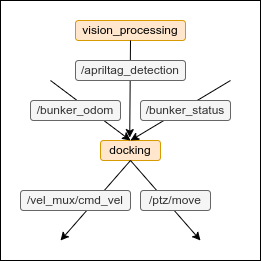
Earlier version of the draw.io export doc/ros_diagram.png (GeorgeWang26/autonomous-docking). Source tidied: cells renumbered, new cells last; positions are measured from the earlier drawing's top-left corner, leaving out a move shared by most shapes. Source of this version:
```xml
<mxGraphModel>
  <root>
    <mxCell id="0" />
    <mxCell id="1" parent="0" />
    <mxCell id="2" style="rounded=0;whiteSpace=wrap;html=1;fillColor=#FFFFFF;" parent="1" vertex="1">
      <mxGeometry width="260" height="260" as="geometry" />
    </mxCell>
    <mxCell id="3" value="vision_processing" style="rounded=1;whiteSpace=wrap;html=1;fillColor=#ffe6cc;strokeColor=#d79b00;" parent="1" vertex="1">
      <mxGeometry x="75" y="20" width="110" height="20" as="geometry" />
    </mxCell>
    <mxCell id="4" value="docking" style="rounded=1;whiteSpace=wrap;html=1;fillColor=#ffe6cc;strokeColor=#d79b00;" parent="1" vertex="1">
      <mxGeometry x="100" y="140" width="60" height="20" as="geometry" />
    </mxCell>
    <mxCell id="5" style="endArrow=classic;html=1;rounded=0;strokeColor=#000000;exitX=0.5;exitY=1;exitDx=0;exitDy=0;entryX=0.487;entryY=-0.145;entryDx=0;entryDy=0;entryPerimeter=0;" parent="1" edge="1" source="3" target="4">
      <mxGeometry relative="1" as="geometry" />
    </mxCell>
    <mxCell id="6" value="/apriltag_detection" style="rounded=1;whiteSpace=wrap;html=1;fillColor=#f5f5f5;strokeColor=#666666;fontColor=#333333;" parent="1" vertex="1">
      <mxGeometry x="75" y="60" width="110" height="20" as="geometry" />
    </mxCell>
    <mxCell id="7" style="endArrow=classic;html=1;rounded=0;strokeColor=#000000;exitX=0.5;exitY=1;exitDx=0;exitDy=0;" parent="1" edge="1" source="4">
      <mxGeometry relative="1" as="geometry">
        <mxPoint x="60" y="240" as="targetPoint" />
      </mxGeometry>
    </mxCell>
    <mxCell id="8" value="/vel_mux/cmd_vel" style="rounded=1;whiteSpace=wrap;html=1;fillColor=#f5f5f5;strokeColor=#666666;fontColor=#333333;" parent="1" vertex="1">
      <mxGeometry x="20" y="190" width="110" height="20" as="geometry" />
    </mxCell>
    <mxCell id="9" style="endArrow=classic;html=1;rounded=0;strokeColor=#000000;" parent="1" edge="1">
      <mxGeometry relative="1" as="geometry">
        <mxPoint x="130" y="160" as="sourcePoint" />
        <mxPoint x="200" y="240" as="targetPoint" />
      </mxGeometry>
    </mxCell>
    <mxCell id="10" value="/ptz/move" style="rounded=1;whiteSpace=wrap;html=1;fillColor=#f5f5f5;strokeColor=#666666;fontColor=#333333;" parent="1" vertex="1">
      <mxGeometry x="140" y="190" width="70" height="20" as="geometry" />
    </mxCell>
    <mxCell id="11" style="endArrow=classic;html=1;rounded=0;strokeColor=#000000;entryX=0.5;entryY=0;entryDx=0;entryDy=0;" parent="1" edge="1" target="4">
      <mxGeometry relative="1" as="geometry">
        <mxPoint x="230" y="80" as="sourcePoint" />
      </mxGeometry>
    </mxCell>
    <mxCell id="12" value="/bunker_status" style="rounded=1;whiteSpace=wrap;html=1;fillColor=#f5f5f5;strokeColor=#666666;fontColor=#333333;" parent="1" vertex="1">
      <mxGeometry x="140" y="100" width="90" height="20" as="geometry" />
    </mxCell>
    <mxCell id="13" style="endArrow=classic;html=1;rounded=0;strokeColor=#000000;entryX=0.5;entryY=0;entryDx=0;entryDy=0;" parent="1" edge="1" target="4">
      <mxGeometry relative="1" as="geometry">
        <mxPoint x="50" y="80" as="sourcePoint" />
      </mxGeometry>
    </mxCell>
    <mxCell id="14" value="/bunker_odom" style="rounded=1;whiteSpace=wrap;html=1;fillColor=#f5f5f5;strokeColor=#666666;fontColor=#333333;" parent="1" vertex="1">
      <mxGeometry x="30" y="100" width="90" height="20" as="geometry" />
    </mxCell>
  </root>
</mxGraphModel>
```
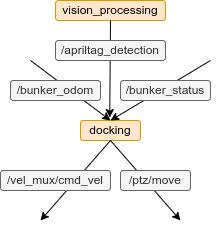
The same diagram one commit later.

Commit message:
add sample checkerboard & y offset diagram

The edit, as a diff of the source:
```diff
@@ -2,9 +2,6 @@
   <root>
     <mxCell id="0" />
     <mxCell id="1" parent="0" />
-    <mxCell id="2" style="rounded=0;whiteSpace=wrap;html=1;fillColor=#FFFFFF;" parent="1" vertex="1">
-      <mxGeometry width="260" height="260" as="geometry" />
-    </mxCell>
     <mxCell id="3" value="vision_processing" style="rounded=1;whiteSpace=wrap;html=1;fillColor=#ffe6cc;strokeColor=#d79b00;" parent="1" vertex="1">
       <mxGeometry x="75" y="20" width="110" height="20" as="geometry" />
     </mxCell>
```
